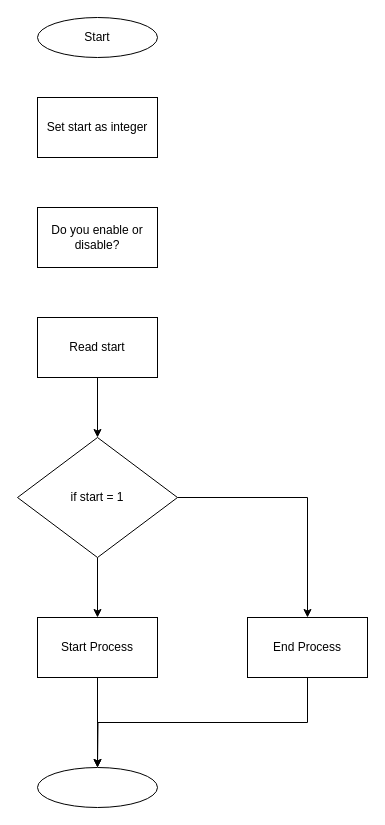
LwinMateo/mlcode keeps this draw.io diagram as Untitled Diagram.drawio. Above is the earlier version. Source tidied: cells renumbered, new cells numbered last; positions are measured from the earlier drawing's top-left corner, leaving out a move shared by most shapes. Both pictures are drawn from the tidied source at 100%, with x=0, y=0 at pixel (17, 17).
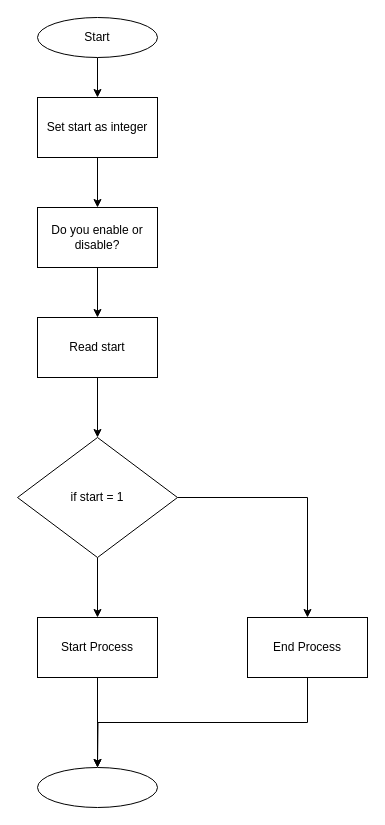
The same diagram, later.

Change to the diagram source:
```diff
@@
 <mxGraphModel>
   <root>
     <mxCell id="0" />
     <mxCell id="1" parent="0" />
+    <mxCell id="16" style="edgeStyle=orthogonalEdgeStyle;rounded=0;jettySize=auto;html=1;exitX=0.5;exitY=1;exitDx=0;exitDy=0;entryX=0.5;entryY=0;entryDx=0;entryDy=0;" parent="1" edge="1" source="2" target="4">
+      <mxGeometry relative="1" as="geometry" />
+    </mxCell>
     <mxCell id="2" value="Start" style="ellipse;whiteSpace=wrap;html=1;" parent="1" vertex="1">
       <mxGeometry x="20" width="120" height="40" as="geometry" />
     </mxCell>
+    <mxCell id="17" style="edgeStyle=orthogonalEdgeStyle;rounded=0;jettySize=auto;html=1;exitX=0.5;exitY=1;exitDx=0;exitDy=0;entryX=0.5;entryY=0;entryDx=0;entryDy=0;" parent="1" edge="1" source="3" target="6">
+      <mxGeometry relative="1" as="geometry" />
+    </mxCell>
     <mxCell id="3" value="Do you enable or disable?" style="rounded=0;whiteSpace=wrap;html=1;" parent="1" vertex="1">
       <mxGeometry x="20" y="190" width="120" height="60" as="geometry" />
     </mxCell>
+    <mxCell id="18" style="edgeStyle=orthogonalEdgeStyle;rounded=0;jettySize=auto;html=1;exitX=0.5;exitY=1;exitDx=0;exitDy=0;" parent="1" edge="1" source="4" target="3">
+      <mxGeometry relative="1" as="geometry" />
+    </mxCell>
     <mxCell id="4" value="Set start as integer" style="rounded=0;whiteSpace=wrap;html=1;" parent="1" vertex="1">
       <mxGeometry x="20" y="80" width="120" height="60" as="geometry" />
     </mxCell>
     <mxCell id="5" style="edgeStyle=orthogonalEdgeStyle;rounded=0;jettySize=auto;html=1;exitX=0.5;exitY=1;exitDx=0;exitDy=0;entryX=0.5;entryY=0;entryDx=0;entryDy=0;" parent="1" edge="1" source="6" target="9">
       <mxGeometry relative="1" as="geometry" />
     </mxCell>
     <mxCell id="6" value="Read start" style="rounded=0;whiteSpace=wrap;html=1;" parent="1" vertex="1">
       <mxGeometry x="20" y="300" width="120" height="60" as="geometry" />
     </mxCell>
     <mxCell id="7" style="edgeStyle=orthogonalEdgeStyle;rounded=0;jettySize=auto;html=1;exitX=0.5;exitY=1;exitDx=0;exitDy=0;" parent="1" edge="1" source="9" target="11">
       <mxGeometry relative="1" as="geometry" />
     </mxCell>
     <mxCell id="8" style="edgeStyle=orthogonalEdgeStyle;rounded=0;jettySize=auto;html=1;exitX=1;exitY=0.5;exitDx=0;exitDy=0;entryX=0.5;entryY=0;entryDx=0;entryDy=0;" parent="1" edge="1" source="9" target="13">
       <mxGeometry relative="1" as="geometry" />
     </mxCell>
     <mxCell id="9" value="if start = 1" style="rhombus;whiteSpace=wrap;html=1;" parent="1" vertex="1">
       <mxGeometry y="420" width="160" height="120" as="geometry" />
     </mxCell>
     <mxCell id="10" style="edgeStyle=orthogonalEdgeStyle;rounded=0;jettySize=auto;html=1;exitX=0.5;exitY=1;exitDx=0;exitDy=0;entryX=0.5;entryY=0;entryDx=0;entryDy=0;" parent="1" edge="1" source="11" target="14">
       <mxGeometry relative="1" as="geometry" />
     </mxCell>
     <mxCell id="11" value="Start Process" style="rounded=0;whiteSpace=wrap;html=1;" parent="1" vertex="1">
       <mxGeometry x="20" y="600" width="120" height="60" as="geometry" />
     </mxCell>
     <mxCell id="12" style="edgeStyle=orthogonalEdgeStyle;rounded=0;jettySize=auto;html=1;exitX=0.5;exitY=1;exitDx=0;exitDy=0;" parent="1" edge="1" source="13">
       <mxGeometry relative="1" as="geometry">
         <mxPoint x="80" y="750" as="targetPoint" />
       </mxGeometry>
     </mxCell>
     <mxCell id="13" value="End Process" style="rounded=0;whiteSpace=wrap;html=1;" parent="1" vertex="1">
       <mxGeometry x="230" y="600" width="120" height="60" as="geometry" />
     </mxCell>
     <mxCell id="14" style="ellipse;whiteSpace=wrap;html=1;" parent="1" vertex="1">
       <mxGeometry x="20" y="750" width="120" height="40" as="geometry" />
     </mxCell>
     <mxCell id="15" style="edgeStyle=orthogonalEdgeStyle;rounded=0;orthogonalLoop=1;jettySize=auto;html=1;exitX=0.5;exitY=1;exitDx=0;exitDy=0;" parent="1" edge="1" source="9" target="9">
       <mxGeometry relative="1" as="geometry" />
     </mxCell>
   </root>
 </mxGraphModel>
```
